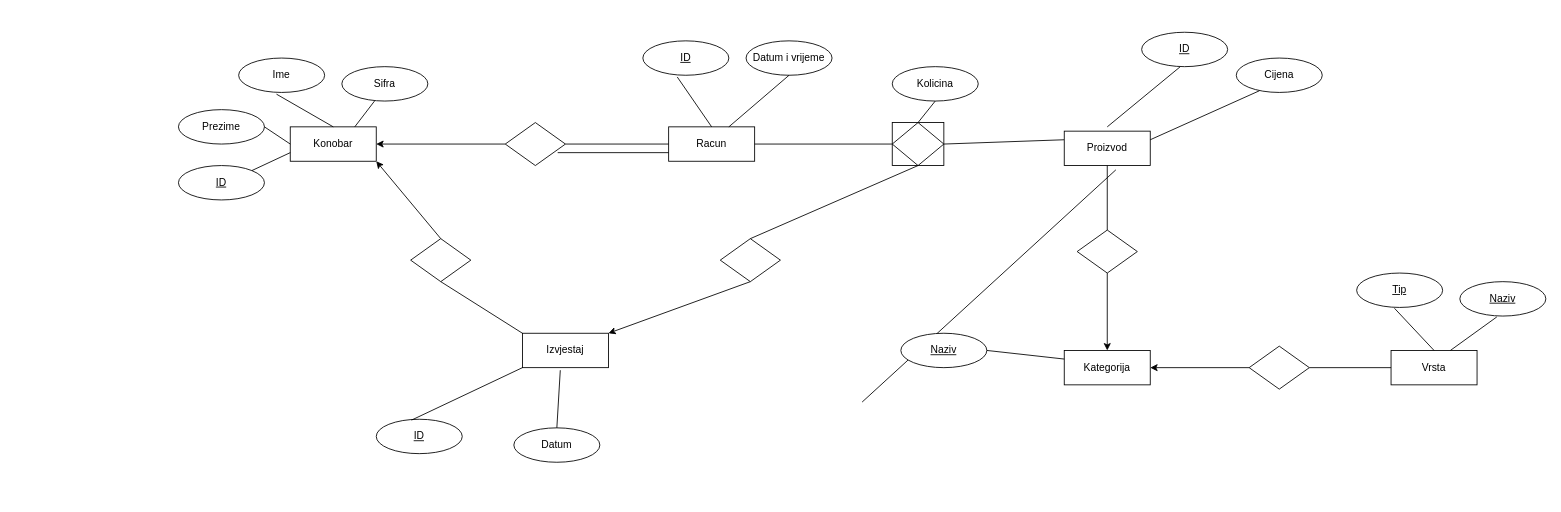
This is CashRegisterDatabase (copy).drawio from nikto3/CashRegister, a draw.io file, before an edit. Source tidied: cells renumbered, new cells numbered last; positions are measured from the earlier drawing's top-left corner, leaving out a move shared by most shapes. Both pictures are drawn from the tidied source at 86%, with x=0, y=0 at pixel (178, 32).
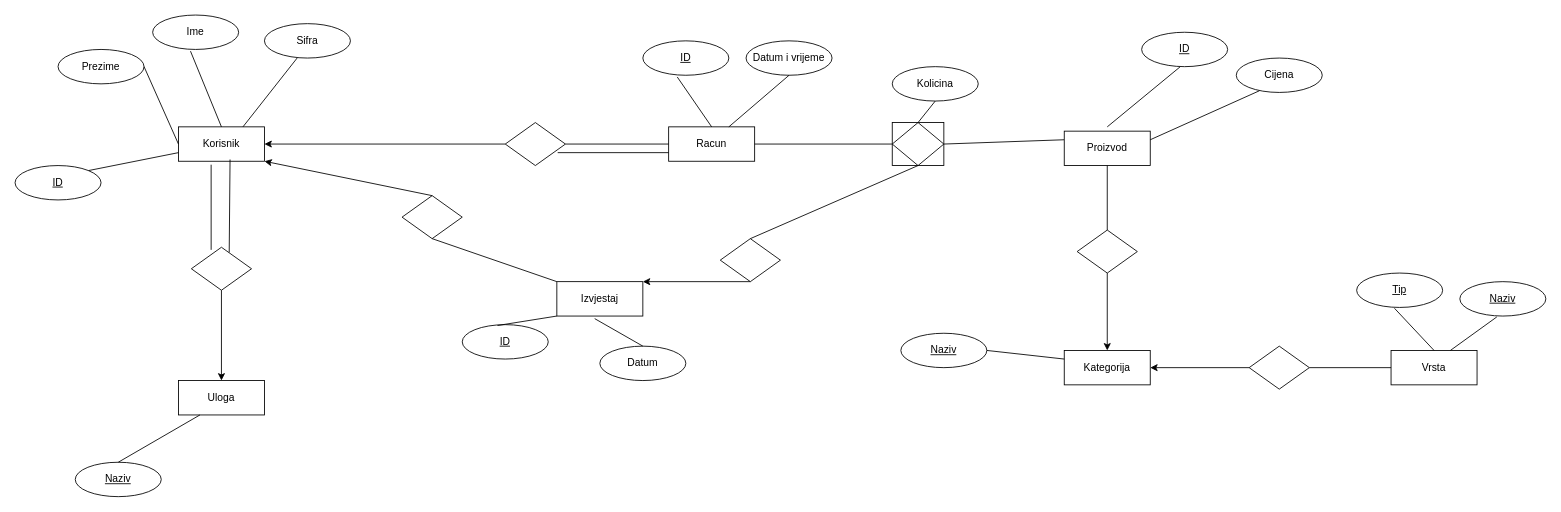
Above is the later version.

The edit, as a diff of the source:
```diff
@@
-    <mxCell id="2" value="Konobar" style="whiteSpace=wrap;html=1;align=center;" parent="1" vertex="1">
-      <mxGeometry x="130" y="110" width="100" height="40" as="geometry" />
+    <mxCell id="2" value="Korisnik" style="whiteSpace=wrap;html=1;align=center;" parent="1" vertex="1">
+      <mxGeometry y="110" width="100" height="40" as="geometry" />
     </mxCell>
     <mxCell id="3" value="ID" style="ellipse;whiteSpace=wrap;html=1;align=center;fontStyle=4;" parent="1" vertex="1">
-      <mxGeometry y="155" width="100" height="40" as="geometry" />
+      <mxGeometry x="-190" y="155" width="100" height="40" as="geometry" />
     </mxCell>
     <mxCell id="4" value="Ime" style="ellipse;whiteSpace=wrap;html=1;align=center;" parent="1" vertex="1">
-      <mxGeometry x="70" y="30" width="100" height="40" as="geometry" />
+      <mxGeometry x="-30" y="-20" width="100" height="40" as="geometry" />
     </mxCell>
     <mxCell id="5" value="Prezime" style="ellipse;whiteSpace=wrap;html=1;align=center;" parent="1" vertex="1">
-      <mxGeometry y="90" width="100" height="40" as="geometry" />
+      <mxGeometry x="-140" y="20" width="100" height="40" as="geometry" />
     </mxCell>
@@
-    <mxCell id="18" style="endArrow=none;html=1;rounded=0;entryX=0.44;entryY=1.025;entryDx=0;entryDy=0;exitX=0;exitY=0.5;exitDx=0;exitDy=0;entryPerimeter=0;" parent="1" edge="1">
-      <mxGeometry relative="1" as="geometry">
-        <mxPoint x="795" y="430" as="sourcePoint" />
-        <mxPoint x="1090" y="160" as="targetPoint" />
-      </mxGeometry>
-    </mxCell>
@@
     <mxCell id="20" value="Sifra" style="ellipse;whiteSpace=wrap;html=1;align=center;" parent="1" vertex="1">
-      <mxGeometry x="190" y="40" width="100" height="40" as="geometry" />
+      <mxGeometry x="100" y="-10" width="100" height="40" as="geometry" />
     </mxCell>
@@
     <mxCell id="30" value="Izvjestaj" style="whiteSpace=wrap;html=1;align=center;" parent="1" vertex="1">
-      <mxGeometry x="400" y="350" width="100" height="40" as="geometry" />
+      <mxGeometry x="440" y="290" width="100" height="40" as="geometry" />
     </mxCell>
@@
     <mxCell id="34" style="shape=rhombus;perimeter=rhombusPerimeter;whiteSpace=wrap;html=1;align=center;" parent="1" vertex="1">
-      <mxGeometry x="270" y="240" width="70" height="50" as="geometry" />
+      <mxGeometry x="260" y="190" width="70" height="50" as="geometry" />
     </mxCell>
@@
     <mxCell id="38" value="ID" style="ellipse;whiteSpace=wrap;html=1;align=center;fontStyle=4;" parent="1" vertex="1">
-      <mxGeometry x="230" y="450" width="100" height="40" as="geometry" />
+      <mxGeometry x="330" y="340" width="100" height="40" as="geometry" />
     </mxCell>
@@
     <mxCell id="40" value="Datum" style="ellipse;whiteSpace=wrap;html=1;align=center;" parent="1" vertex="1">
-      <mxGeometry x="390" y="460" width="100" height="40" as="geometry" />
+      <mxGeometry x="490" y="365" width="100" height="40" as="geometry" />
     </mxCell>
@@
+    <mxCell id="56" value="Uloga" style="whiteSpace=wrap;html=1;align=center;" parent="1" vertex="1">
+      <mxGeometry y="405" width="100" height="40" as="geometry" />
+    </mxCell>
+    <mxCell id="57" style="shape=rhombus;perimeter=rhombusPerimeter;whiteSpace=wrap;html=1;align=center;" parent="1" vertex="1">
+      <mxGeometry x="15" y="250" width="70" height="50" as="geometry" />
+    </mxCell>
+    <mxCell id="58" style="endArrow=none;html=1;rounded=0;entryX=0.38;entryY=1.1;entryDx=0;entryDy=0;exitX=0.329;exitY=0.06;exitDx=0;exitDy=0;entryPerimeter=0;exitPerimeter=0;" parent="1" edge="1" source="57" target="2">
+      <mxGeometry relative="1" as="geometry" />
+    </mxCell>
+    <mxCell id="59" style="endArrow=none;html=1;rounded=0;entryX=0.6;entryY=0.95;entryDx=0;entryDy=0;exitX=0.629;exitY=0.12;exitDx=0;exitDy=0;entryPerimeter=0;exitPerimeter=0;" parent="1" edge="1" source="57" target="2">
+      <mxGeometry relative="1" as="geometry" />
+    </mxCell>
+    <mxCell id="60" style="endArrow=classic;html=1;rounded=0;entryX=0.5;entryY=0;entryDx=0;entryDy=0;exitX=0.5;exitY=1;exitDx=0;exitDy=0;" parent="1" edge="1" source="57" target="56">
+      <mxGeometry relative="1" as="geometry" />
+    </mxCell>
+    <mxCell id="61" value="Naziv" style="ellipse;whiteSpace=wrap;html=1;align=center;fontStyle=4;" parent="1" vertex="1">
+      <mxGeometry x="-120" y="500" width="100" height="40" as="geometry" />
+    </mxCell>
+    <mxCell id="62" style="endArrow=none;html=1;rounded=0;entryX=0.5;entryY=0;entryDx=0;entryDy=0;exitX=0.25;exitY=1;exitDx=0;exitDy=0;" parent="1" edge="1" source="56" target="61">
+      <mxGeometry relative="1" as="geometry" />
+    </mxCell>
```
